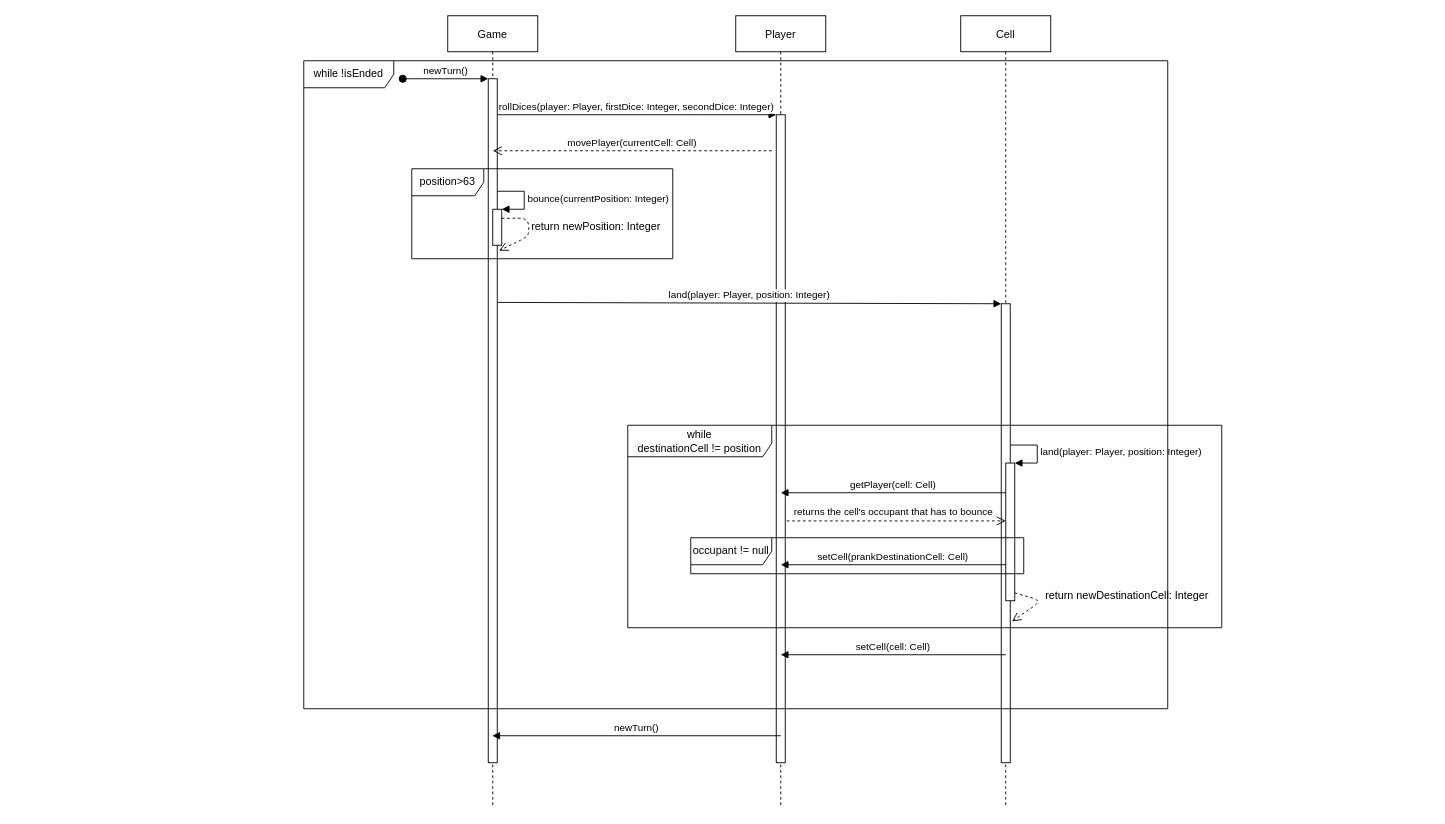
The draw.io diagram Diagrams/Sequence Diagrams/TheGooseGame_SD_movePlayer.drawio in diegorodolfofranco/the-goose-game, before the edit. Source tidied: cells renumbered, new cells numbered last; positions are measured from the earlier drawing's top-left corner, leaving out a move shared by most shapes. Both pictures are drawn from the tidied source at 90%, with x=0, y=0 at pixel (303, 15).
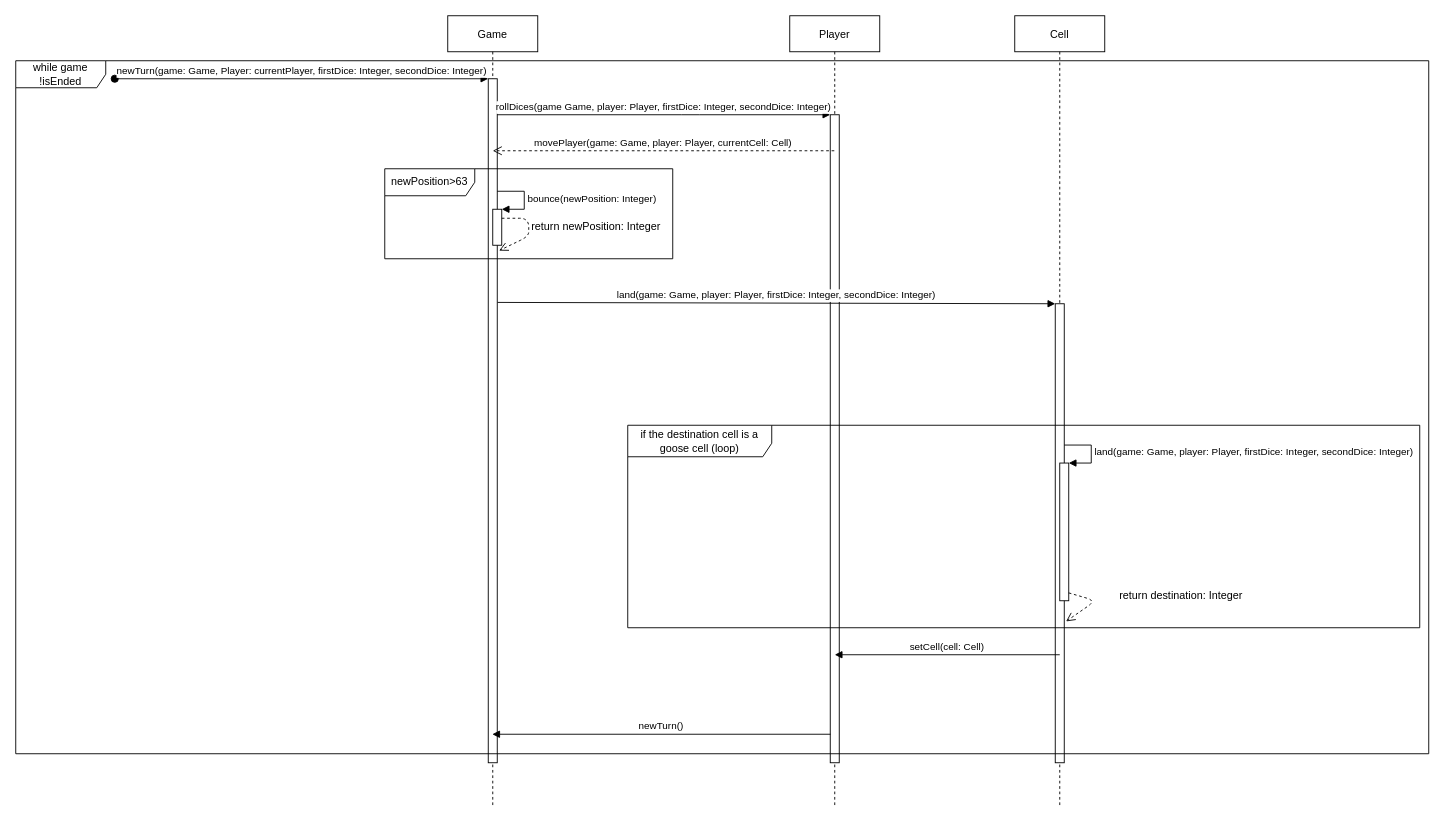
After the change.

Commit message (it also covers changes not shown here):
Updated code - the game works correctly

The change refers to these unchanged cells:
```xml
<mxCell id="2" value="Game" style="shape=umlLifeline;perimeter=lifelinePerimeter;rounded=0;shadow=0;strokeWidth=1;" parent="1" vertex="1">
  <mxGeometry x="160" width="100" height="880" as="geometry" />
</mxCell>
<mxCell id="3" style="points=[];perimeter=orthogonalPerimeter;rounded=0;shadow=0;strokeWidth=1;" parent="2" vertex="1">
  <mxGeometry x="45" y="70" width="10" height="760" as="geometry" />
</mxCell>
<mxCell id="6" style="points=[];perimeter=orthogonalPerimeter;rounded=0;shadow=0;strokeWidth=1;" parent="5" vertex="1">
  <mxGeometry x="45" y="110" width="10" height="720" as="geometry" />
</mxCell>
<mxCell id="10" style="html=1;points=[];perimeter=orthogonalPerimeter;" parent="1" vertex="1">
  <mxGeometry x="210" y="215" width="10" height="40" as="geometry" />
</mxCell>
<mxCell id="15" style="points=[];perimeter=orthogonalPerimeter;rounded=0;shadow=0;strokeWidth=1;" parent="14" vertex="1">
  <mxGeometry x="45" y="320" width="10" height="510" as="geometry" />
</mxCell>
```

What changed in the source:
```diff
@@
-    <mxCell id="4" value="newTurn()" style="verticalAlign=bottom;startArrow=oval;endArrow=block;startSize=8;shadow=0;strokeWidth=1;" parent="2" edge="1" target="3">
+    <mxCell id="4" value="newTurn(game: Game, Player: currentPlayer, firstDice: Integer, secondDice: Integer)" style="verticalAlign=bottom;startArrow=oval;endArrow=block;startSize=8;shadow=0;strokeWidth=1;" parent="2" edge="1" target="3">
       <mxGeometry relative="1" as="geometry">
-        <mxPoint x="-50" y="70" as="sourcePoint" />
+        <mxPoint x="-370" y="70" as="sourcePoint" />
       </mxGeometry>
     </mxCell>
     <mxCell id="5" value="Player" style="shape=umlLifeline;perimeter=lifelinePerimeter;rounded=0;shadow=0;strokeWidth=1;" parent="1" vertex="1">
-      <mxGeometry x="480" width="100" height="880" as="geometry" />
+      <mxGeometry x="540" width="100" height="880" as="geometry" />
     </mxCell>
@@
-    <mxCell id="7" value="rollDices(player: Player, firstDice: Integer, secondDice: Integer)" style="verticalAlign=bottom;endArrow=block;shadow=0;strokeWidth=1;" parent="1" edge="1" source="3" target="6">
+    <mxCell id="7" value="rollDices(game Game, player: Player, firstDice: Integer, secondDice: Integer)" style="verticalAlign=bottom;endArrow=block;shadow=0;strokeWidth=1;" parent="1" edge="1" source="3" target="6">
       <mxGeometry relative="1" as="geometry">
         <Array as="points">
           <mxPoint x="430" y="110" />
         </Array>
       </mxGeometry>
     </mxCell>
-    <mxCell id="8" value="movePlayer(currentCell: Cell)" style="verticalAlign=bottom;endArrow=open;dashed=1;endSize=8;exitX=0;exitY=0.95;shadow=0;strokeWidth=1;" parent="1" edge="1">
+    <mxCell id="8" value="movePlayer(game: Game, player: Player, currentCell: Cell)" style="verticalAlign=bottom;endArrow=open;dashed=1;endSize=8;shadow=0;strokeWidth=1;" parent="1" edge="1" source="5">
       <mxGeometry relative="1" as="geometry">
-        <mxPoint x="520" y="150" as="sourcePoint" />
         <mxPoint x="210" y="150" as="targetPoint" />
       </mxGeometry>
     </mxCell>
-    <mxCell id="9" value="position&amp;gt;63" style="shape=umlFrame;whiteSpace=wrap;html=1;width=80;height=30;" parent="1" vertex="1">
-      <mxGeometry x="120" y="170" width="290" height="100" as="geometry" />
+    <mxCell id="9" value="newPosition&amp;gt;63" style="shape=umlFrame;whiteSpace=wrap;html=1;width=100;height=30;" parent="1" vertex="1">
+      <mxGeometry x="90" y="170" width="320" height="100" as="geometry" />
     </mxCell>
@@
-    <mxCell id="11" value="bounce(currentPosition: Integer)" style="edgeStyle=orthogonalEdgeStyle;html=1;align=left;spacingLeft=2;endArrow=block;rounded=0;entryX=1;entryY=0;" parent="1" edge="1" target="10">
+    <mxCell id="11" value="bounce(newPosition: Integer)" style="edgeStyle=orthogonalEdgeStyle;html=1;align=left;spacingLeft=2;endArrow=block;rounded=0;entryX=1;entryY=0;" parent="1" edge="1" target="10">
       <mxGeometry relative="1" as="geometry">
         <mxPoint x="215" y="195" as="sourcePoint" />
         <Array as="points">
           <mxPoint x="245" y="195" />
         </Array>
       </mxGeometry>
     </mxCell>
@@
     <mxCell id="14" value="Cell" style="shape=umlLifeline;perimeter=lifelinePerimeter;rounded=0;shadow=0;strokeWidth=1;" parent="1" vertex="1">
-      <mxGeometry x="730" width="100" height="880" as="geometry" />
+      <mxGeometry x="790" width="100" height="880" as="geometry" />
     </mxCell>
@@
-    <mxCell id="16" value="while&lt;br&gt;destinationCell != position" style="shape=umlFrame;whiteSpace=wrap;html=1;width=160;height=35;" parent="1" vertex="1">
-      <mxGeometry x="360" y="455" width="660" height="225" as="geometry" />
+    <mxCell id="16" value="if the destination cell is a goose cell (loop)" style="shape=umlFrame;whiteSpace=wrap;html=1;width=160;height=35;" parent="1" vertex="1">
+      <mxGeometry x="360" y="455" width="880" height="225" as="geometry" />
     </mxCell>
     <mxCell id="17" style="html=1;points=[];perimeter=orthogonalPerimeter;" parent="1" vertex="1">
-      <mxGeometry x="780" y="497" width="10" height="153" as="geometry" />
+      <mxGeometry x="840" y="497" width="10" height="153" as="geometry" />
     </mxCell>
-    <mxCell id="18" value="land(player: Player, position: Integer)" style="edgeStyle=orthogonalEdgeStyle;html=1;align=left;spacingLeft=2;endArrow=block;rounded=0;entryX=1;entryY=0;" parent="1" edge="1" target="17">
+    <mxCell id="18" value="land(game: Game, player: Player, firstDice: Integer, secondDice: Integer)" style="edgeStyle=orthogonalEdgeStyle;html=1;align=left;spacingLeft=2;endArrow=block;rounded=0;entryX=1;entryY=0;" parent="1" edge="1" target="17">
       <mxGeometry relative="1" as="geometry">
-        <mxPoint x="785" y="477" as="sourcePoint" />
+        <mxPoint x="845" y="477" as="sourcePoint" />
         <Array as="points">
-          <mxPoint x="815" y="477" />
+          <mxPoint x="875" y="477" />
         </Array>
       </mxGeometry>
     </mxCell>
     <mxCell id="19" style="verticalAlign=bottom;endArrow=open;dashed=1;endSize=8;shadow=0;strokeWidth=1;entryX=0.7;entryY=1.15;entryDx=0;entryDy=0;entryPerimeter=0;exitX=1;exitY=0.943;exitDx=0;exitDy=0;exitPerimeter=0;" parent="1" edge="1" source="17" target="17">
       <mxGeometry x="0.17" y="80" relative="1" as="geometry">
         <Array as="points">
-          <mxPoint x="820" y="650" />
+          <mxPoint x="880" y="650" />
         </Array>
       </mxGeometry>
     </mxCell>
-    <mxCell id="20" value="return newDestinationCell: Integer" style="text;html=1;strokeColor=none;fillColor=none;align=center;verticalAlign=middle;whiteSpace=wrap;rounded=0;" parent="1" vertex="1">
-      <mxGeometry x="820" y="630" width="190" height="30" as="geometry" />
+    <mxCell id="20" value="return destination: Integer" style="text;html=1;strokeColor=none;fillColor=none;align=center;verticalAlign=middle;whiteSpace=wrap;rounded=0;" parent="1" vertex="1">
+      <mxGeometry x="880" y="630" width="190" height="30" as="geometry" />
     </mxCell>
-    <mxCell id="21" value="getPlayer(cell: Cell)" style="verticalAlign=bottom;endArrow=block;shadow=0;strokeWidth=1;" parent="1" edge="1" source="17">
-      <mxGeometry relative="1" as="geometry">
-        <mxPoint x="530" y="530" as="targetPoint" />
-      </mxGeometry>
-    </mxCell>
-    <mxCell id="22" value="returns the cell's occupant that has to bounce" style="html=1;verticalAlign=bottom;endArrow=open;dashed=1;endSize=8;rounded=0;exitX=1.167;exitY=0.842;exitDx=0;exitDy=0;exitPerimeter=0;" parent="1" edge="1" target="17">
-      <mxGeometry x="-0.03" y="1" relative="1" as="geometry">
-        <mxPoint x="536.7" y="561.3" as="sourcePoint" />
-      </mxGeometry>
-    </mxCell>
-    <mxCell id="23" value="setCell(prankDestinationCell: Cell)" style="verticalAlign=bottom;endArrow=block;shadow=0;strokeWidth=1;" parent="1" edge="1" source="17">
-      <mxGeometry relative="1" as="geometry">
-        <mxPoint x="530" y="610" as="targetPoint" />
-      </mxGeometry>
-    </mxCell>
-    <mxCell id="24" value="occupant != null" style="shape=umlFrame;whiteSpace=wrap;html=1;width=90;height=30;" parent="1" vertex="1">
-      <mxGeometry x="430" y="580" width="370" height="40" as="geometry" />
-    </mxCell>
-    <mxCell id="25" value="while !isEnded" style="shape=umlFrame;whiteSpace=wrap;html=1;width=100;height=30;" parent="1" vertex="1">
-      <mxGeometry y="50" width="960" height="720" as="geometry" />
+    <mxCell id="25" value="while game !isEnded" style="shape=umlFrame;whiteSpace=wrap;html=1;width=100;height=30;" parent="1" vertex="1">
+      <mxGeometry x="-320" y="50" width="1570" height="770" as="geometry" />
     </mxCell>
     <mxCell id="26" value="setCell(cell: Cell)" style="verticalAlign=bottom;endArrow=block;shadow=0;strokeWidth=1;" parent="1" edge="1">
       <mxGeometry relative="1" as="geometry">
-        <mxPoint x="780" y="710" as="sourcePoint" />
-        <mxPoint x="530" y="710" as="targetPoint" />
+        <mxPoint x="840" y="710" as="sourcePoint" />
+        <mxPoint x="590" y="710" as="targetPoint" />
       </mxGeometry>
     </mxCell>
-    <mxCell id="27" value="newTurn()" style="verticalAlign=bottom;endArrow=block;shadow=0;strokeWidth=1;" parent="1" edge="1" target="2">
-      <mxGeometry relative="1" as="geometry">
-        <mxPoint x="530" y="800" as="sourcePoint" />
-      </mxGeometry>
+    <mxCell id="27" value="newTurn()" style="verticalAlign=bottom;endArrow=block;shadow=0;strokeWidth=1;exitX=0.033;exitY=0.956;exitDx=0;exitDy=0;exitPerimeter=0;" parent="1" edge="1" source="6" target="2">
+      <mxGeometry relative="1" as="geometry" />
     </mxCell>
-    <mxCell id="28" value="land(player: Player, position: Integer)" style="verticalAlign=bottom;endArrow=block;shadow=0;strokeWidth=1;exitX=1.033;exitY=0.327;exitDx=0;exitDy=0;exitPerimeter=0;" parent="1" edge="1" source="3" target="15">
+    <mxCell id="28" value="land(game: Game, player: Player, firstDice: Integer, secondDice: Integer)" style="verticalAlign=bottom;endArrow=block;shadow=0;strokeWidth=1;exitX=1.033;exitY=0.327;exitDx=0;exitDy=0;exitPerimeter=0;" parent="1" edge="1" source="3" target="15">
       <mxGeometry relative="1" as="geometry" />
     </mxCell>
```
